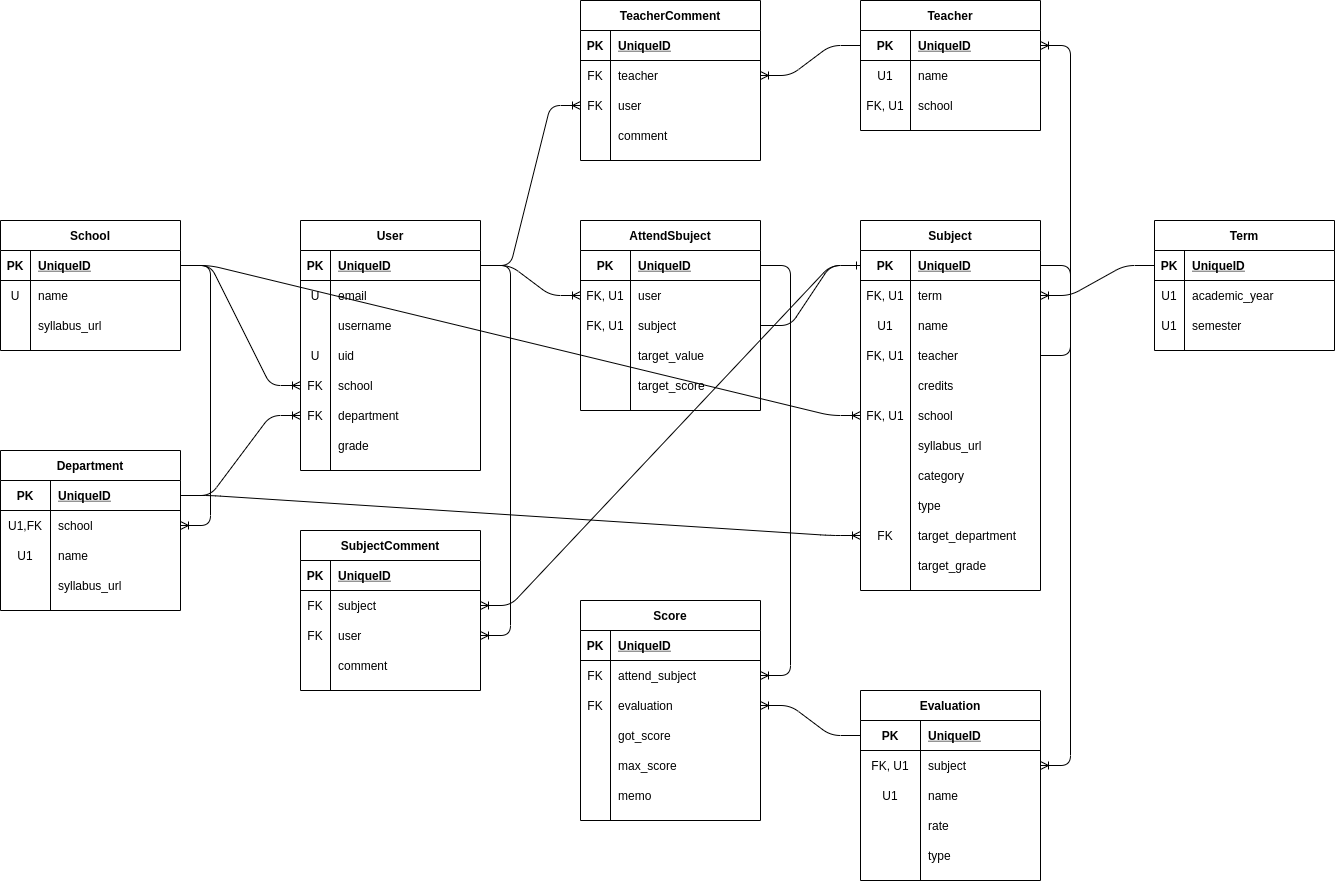
Earlier version of the draw.io export references/er.png (kathmandu777/Barifac). Source tidied: cells renumbered, new cells last; positions are measured from the earlier drawing's top-left corner, leaving out a move shared by most shapes.
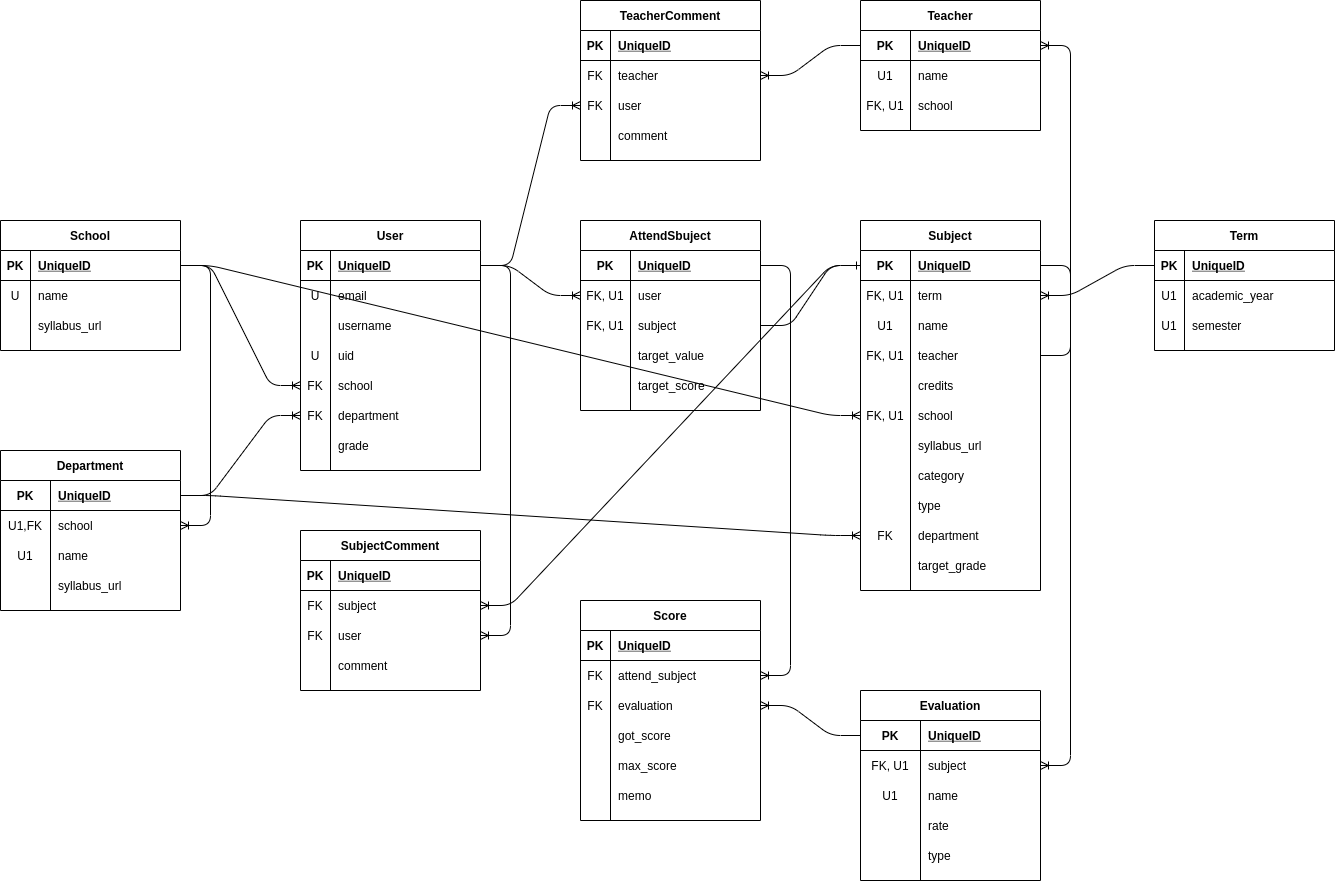
Later version of the same file.

Commit message:
fix: change variable name to department from target_department

What changed in the source:
```diff
@@ -92,7 +92,7 @@
     <mxCell id="31" value="FK" style="shape=partialRectangle;fillColor=none;top=0;left=0;bottom=0;right=0;overflow=hidden;" parent="30" vertex="1">
       <mxGeometry width="50" height="30" as="geometry" />
     </mxCell>
-    <mxCell id="32" value="target_department" style="shape=partialRectangle;fillColor=none;top=0;left=0;bottom=0;right=0;align=left;spacingLeft=6;overflow=hidden;" parent="30" vertex="1">
+    <mxCell id="32" value="department" style="shape=partialRectangle;fillColor=none;top=0;left=0;bottom=0;right=0;align=left;spacingLeft=6;overflow=hidden;" parent="30" vertex="1">
       <mxGeometry x="50" width="130" height="30" as="geometry" />
     </mxCell>
     <mxCell id="33" style="shape=partialRectangle;fillColor=none;top=0;left=0;bottom=0;right=0;" parent="2" vertex="1">
```
